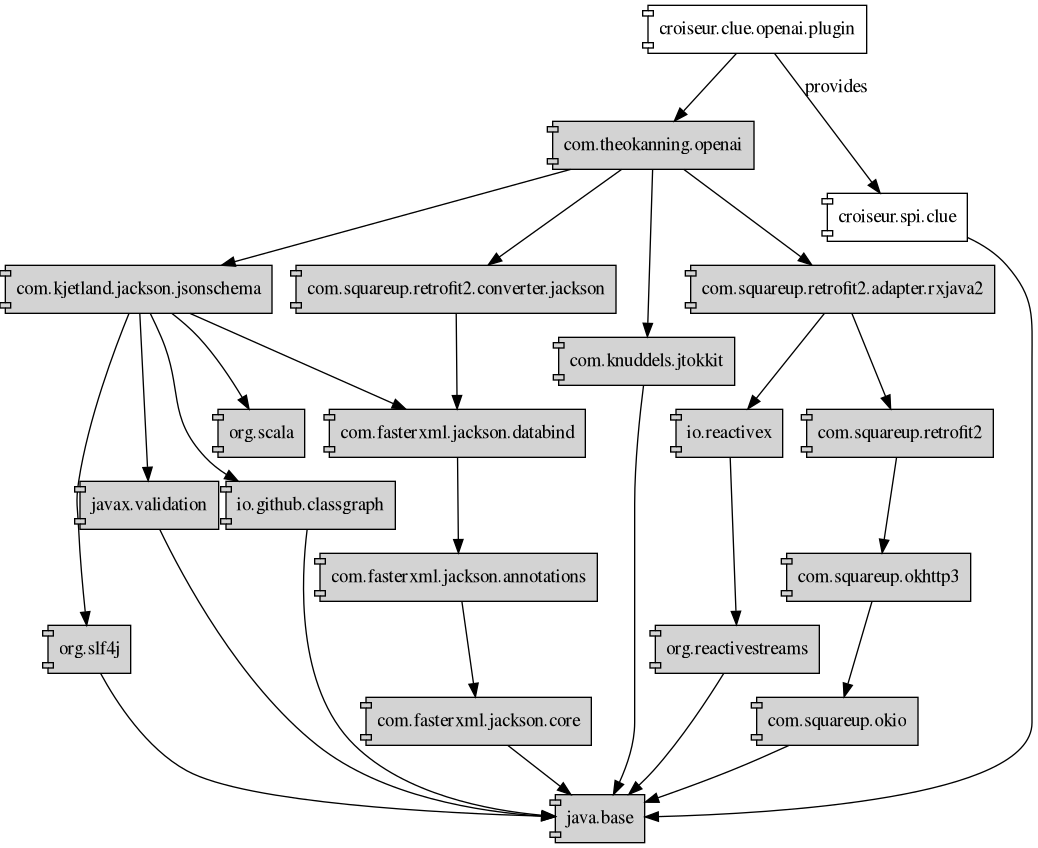
The PlantUML diagram doc/reference/puml/components/image/output/clue-spi-implementations.png in super7ramp/croiseur, before a commit. Its source is kept beside it as doc/reference/puml/components/clue-spi-implementations.puml. Its diagram source:
```plantuml
@startdot
digraph "clues" {
  // All nodes are components
  node [shape=component];

  // External dependencies need to be distinguished from the rest
  "java.base" [style=filled fillcolor=lightgray]
  "com.theokanning.openai" [style=filled fillcolor=lightgray]
  "com.squareup.retrofit2.adapter.rxjava2" [style=filled fillcolor=lightgray]
  "io.github.classgraph" [style=filled fillcolor=lightgray]
  "io.reactivex" [style=filled fillcolor=lightgray]
  "com.fasterxml.jackson.annotations" [style=filled fillcolor=lightgray]
  "com.fasterxml.jackson.core" [style=filled fillcolor=lightgray]
  "com.fasterxml.jackson.databind" [style=filled fillcolor=lightgray]
  "com.kjetland.jackson.jsonschema" [style=filled fillcolor=lightgray]
  "com.knuddels.jtokkit" [style=filled fillcolor=lightgray]
  "com.squareup.okhttp3" [style=filled fillcolor=lightgray]
  "com.squareup.okio" [style=filled fillcolor=lightgray]
  "com.squareup.retrofit2" [style=filled fillcolor=lightgray]
  "com.squareup.retrofit2.converter.jackson" [style=filled fillcolor=lightgray]
  "org.reactivestreams" [style=filled fillcolor=lightgray]
  "org.scala" [style=filled fillcolor=lightgray]
  "org.slf4j" [style=filled fillcolor=lightgray]
  "javax.validation" [style=filled fillcolor=lightgray]

  "croiseur.clue.openai.plugin" -> "com.theokanning.openai"
  "com.squareup.retrofit2" -> "com.squareup.okhttp3"
  "com.squareup.okhttp3" -> "com.squareup.okio"
  "com.squareup.okio" -> "java.base"
  "com.theokanning.openai" -> "com.squareup.retrofit2.converter.jackson"
  "com.squareup.retrofit2.converter.jackson" -> "com.fasterxml.jackson.databind"
  "com.fasterxml.jackson.databind" -> "com.fasterxml.jackson.annotations"
  "com.fasterxml.jackson.annotations" -> "com.fasterxml.jackson.core"
  "com.fasterxml.jackson.core" -> "java.base"
  "com.theokanning.openai" -> "com.kjetland.jackson.jsonschema"
  "com.kjetland.jackson.jsonschema" -> "io.github.classgraph"
  "io.github.classgraph" -> "java.base"
  "org.slf4j" -> "java.base"
  "javax.validation" -> "java.base"
  "com.kjetland.jackson.jsonschema" -> "org.slf4j"
  "com.kjetland.jackson.jsonschema" -> "javax.validation"
  "com.kjetland.jackson.jsonschema" -> "com.fasterxml.jackson.databind"
  "com.kjetland.jackson.jsonschema" -> "org.scala"
  "com.theokanning.openai" -> "com.knuddels.jtokkit"
  "com.knuddels.jtokkit" -> "java.base"
  "com.theokanning.openai" -> "com.squareup.retrofit2.adapter.rxjava2"
  "com.squareup.retrofit2.adapter.rxjava2" -> "com.squareup.retrofit2"
  "com.squareup.retrofit2.adapter.rxjava2" -> "io.reactivex"
  "io.reactivex" -> "org.reactivestreams"
  "org.reactivestreams" -> "java.base"
  "croiseur.clue.openai.plugin" -> "croiseur.spi.clue" [label="provides"]
  "croiseur.spi.clue" -> "java.base"
}
@enddot
```
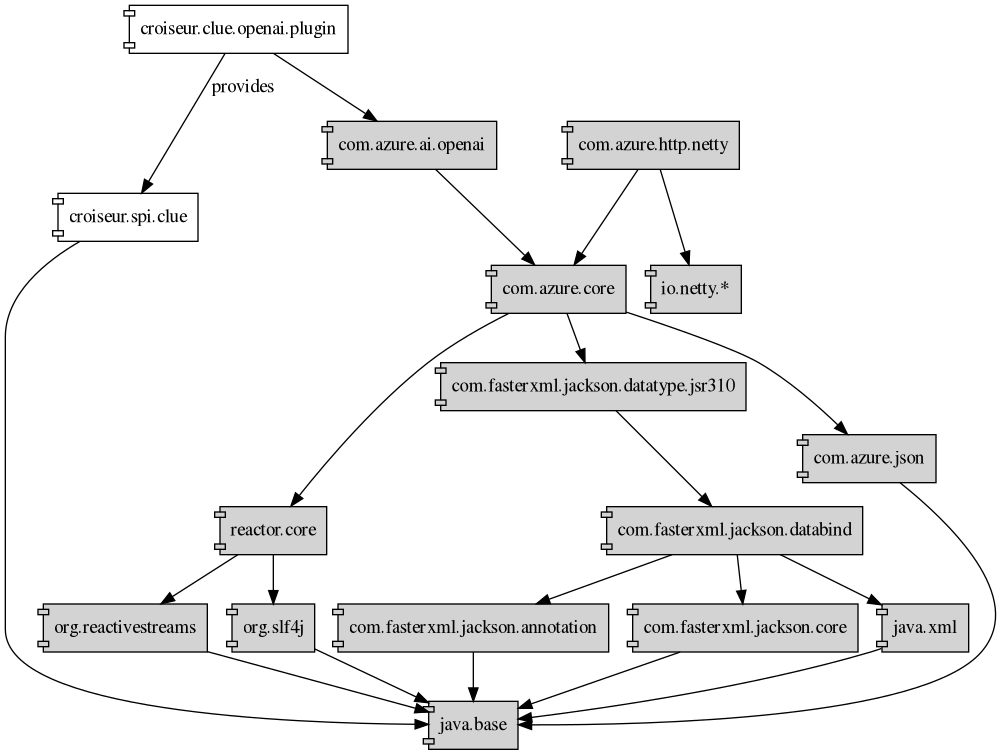
The same file after the commit.

The edit, as a diff of the source:
```diff
@@ -4,51 +4,44 @@
   node [shape=component];
 
   // External dependencies need to be distinguished from the rest
+  "com.azure.ai.openai" [style=filled fillcolor=lightgray]
+  "com.azure.http.netty" [style=filled fillcolor=lightgray]
+  "com.azure.core" [style=filled fillcolor=lightgray]
+  "com.azure.json" [style=filled fillcolor=lightgray]
+  "io.netty.*" [style=filled fillcolor=lightgray]
+  "org.reactivestreams" [style=filled fillcolor=lightgray]
+  "org.slf4j" [style=filled fillcolor=lightgray]
+  "reactor.core" [style=filled fillcolor=lightgray]
+  "com.fasterxml.jackson.datatype.jsr310" [style=filled fillcolor=lightgray]
+  "com.fasterxml.jackson.databind" [style=filled fillcolor=lightgray]
+  "com.fasterxml.jackson.annotation" [style=filled fillcolor=lightgray]
+  "com.fasterxml.jackson.core" [style=filled fillcolor=lightgray]
   "java.base" [style=filled fillcolor=lightgray]
-  "com.theokanning.openai" [style=filled fillcolor=lightgray]
-  "com.squareup.retrofit2.adapter.rxjava2" [style=filled fillcolor=lightgray]
-  "io.github.classgraph" [style=filled fillcolor=lightgray]
-  "io.reactivex" [style=filled fillcolor=lightgray]
-  "com.fasterxml.jackson.annotations" [style=filled fillcolor=lightgray]
-  "com.fasterxml.jackson.core" [style=filled fillcolor=lightgray]
-  "com.fasterxml.jackson.databind" [style=filled fillcolor=lightgray]
-  "com.kjetland.jackson.jsonschema" [style=filled fillcolor=lightgray]
-  "com.knuddels.jtokkit" [style=filled fillcolor=lightgray]
-  "com.squareup.okhttp3" [style=filled fillcolor=lightgray]
-  "com.squareup.okio" [style=filled fillcolor=lightgray]
-  "com.squareup.retrofit2" [style=filled fillcolor=lightgray]
-  "com.squareup.retrofit2.converter.jackson" [style=filled fillcolor=lightgray]
-  "org.reactivestreams" [style=filled fillcolor=lightgray]
-  "org.scala" [style=filled fillcolor=lightgray]
-  "org.slf4j" [style=filled fillcolor=lightgray]
-  "javax.validation" [style=filled fillcolor=lightgray]
+  "java.xml" [style=filled fillcolor=lightgray]
 
-  "croiseur.clue.openai.plugin" -> "com.theokanning.openai"
-  "com.squareup.retrofit2" -> "com.squareup.okhttp3"
-  "com.squareup.okhttp3" -> "com.squareup.okio"
-  "com.squareup.okio" -> "java.base"
-  "com.theokanning.openai" -> "com.squareup.retrofit2.converter.jackson"
-  "com.squareup.retrofit2.converter.jackson" -> "com.fasterxml.jackson.databind"
-  "com.fasterxml.jackson.databind" -> "com.fasterxml.jackson.annotations"
-  "com.fasterxml.jackson.annotations" -> "com.fasterxml.jackson.core"
-  "com.fasterxml.jackson.core" -> "java.base"
-  "com.theokanning.openai" -> "com.kjetland.jackson.jsonschema"
-  "com.kjetland.jackson.jsonschema" -> "io.github.classgraph"
-  "io.github.classgraph" -> "java.base"
-  "org.slf4j" -> "java.base"
-  "javax.validation" -> "java.base"
-  "com.kjetland.jackson.jsonschema" -> "org.slf4j"
-  "com.kjetland.jackson.jsonschema" -> "javax.validation"
-  "com.kjetland.jackson.jsonschema" -> "com.fasterxml.jackson.databind"
-  "com.kjetland.jackson.jsonschema" -> "org.scala"
-  "com.theokanning.openai" -> "com.knuddels.jtokkit"
-  "com.knuddels.jtokkit" -> "java.base"
-  "com.theokanning.openai" -> "com.squareup.retrofit2.adapter.rxjava2"
-  "com.squareup.retrofit2.adapter.rxjava2" -> "com.squareup.retrofit2"
-  "com.squareup.retrofit2.adapter.rxjava2" -> "io.reactivex"
-  "io.reactivex" -> "org.reactivestreams"
-  "org.reactivestreams" -> "java.base"
   "croiseur.clue.openai.plugin" -> "croiseur.spi.clue" [label="provides"]
   "croiseur.spi.clue" -> "java.base"
+
+  "org.slf4j"                                        -> "java.base";
+  "com.azure.json"                                   -> "java.base";
+  "com.fasterxml.jackson.databind"                   -> "com.fasterxml.jackson.annotation";
+  "com.fasterxml.jackson.databind"                   -> "com.fasterxml.jackson.core";
+  "com.fasterxml.jackson.databind"                   -> "java.xml";
+  "java.xml"                                         -> "java.base"
+  "org.reactivestreams"                              -> "java.base";
+  "reactor.core"                                     -> "org.reactivestreams";
+  "reactor.core"                                     -> "org.slf4j";
+  "croiseur.clue.openai.plugin"                      -> "com.azure.ai.openai";
+  "com.fasterxml.jackson.annotation"                 -> "java.base";
+  "com.azure.core"                                   -> "com.azure.json";
+  "com.azure.core"                                   -> "com.fasterxml.jackson.datatype.jsr310";
+  "com.azure.core"                                   -> "reactor.core";
+  "com.fasterxml.jackson.core"                       -> "java.base";
+  "com.fasterxml.jackson.datatype.jsr310"            -> "com.fasterxml.jackson.databind";
+  "com.azure.ai.openai"                              -> "com.azure.core";
+
+  // runtime dependencies, let's mention them
+  "com.azure.http.netty" -> "com.azure.core"
+  "com.azure.http.netty" -> "io.netty.*"
 }
 @enddot
```
